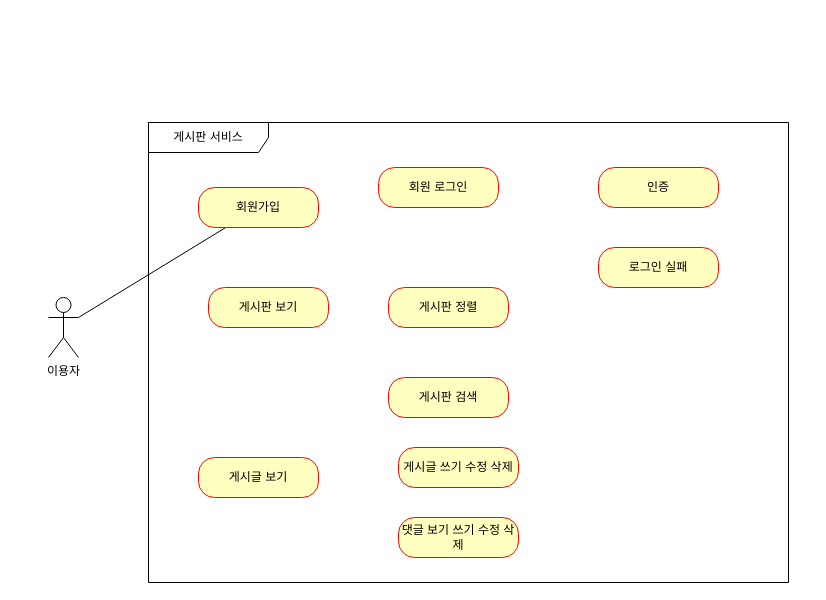
The draw.io diagram 제목 없는 다이어그램.drawio in Jeon-seongbin/board, before the edit. Source tidied: cells renumbered, new cells numbered last; positions are measured from the earlier drawing's top-left corner, leaving out a move shared by most shapes. Both pictures are drawn from the tidied source at 100%, with x=0, y=0 at pixel (48, 122).
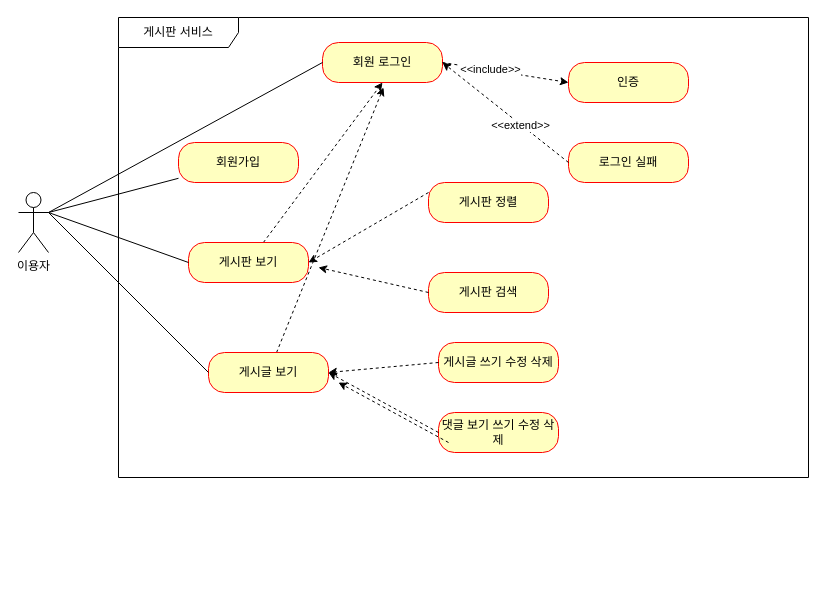
The same page after the edit.

Commit message (it also covers changes not shown here):
제목 없는 다이어그램.drawio 업데이트

The edit, as a diff of the source:
```diff
@@
     <mxCell id="2" value="이용자" style="shape=umlActor;verticalLabelPosition=bottom;verticalAlign=top;html=1;outlineConnect=0;" parent="1" vertex="1">
-      <mxGeometry y="175" width="30" height="60" as="geometry" />
+      <mxGeometry x="-30" y="70" width="30" height="60" as="geometry" />
     </mxCell>
     <mxCell id="3" value="게시판 서비스" style="shape=umlFrame;whiteSpace=wrap;html=1;width=120;height=30;" parent="1" vertex="1">
-      <mxGeometry x="100" width="640" height="460" as="geometry" />
+      <mxGeometry x="70" y="-105" width="690" height="460" as="geometry" />
     </mxCell>
@@
     <mxCell id="5" value="회원가입" style="rounded=1;whiteSpace=wrap;html=1;arcSize=40;fontColor=#000000;fillColor=#ffffc0;strokeColor=#ff0000;" parent="1" vertex="1">
-      <mxGeometry x="150" y="65" width="120" height="40" as="geometry" />
+      <mxGeometry x="130" y="20" width="120" height="40" as="geometry" />
     </mxCell>
     <mxCell id="6" value="게시판 정렬" style="rounded=1;whiteSpace=wrap;html=1;arcSize=40;fontColor=#000000;fillColor=#ffffc0;strokeColor=#ff0000;" parent="1" vertex="1">
-      <mxGeometry x="340" y="165" width="120" height="40" as="geometry" />
+      <mxGeometry x="380" y="60" width="120" height="40" as="geometry" />
     </mxCell>
+    <mxCell id="15" style="rounded=0;jettySize=auto;html=1;dashed=1;" parent="1" edge="1" source="7">
+      <mxGeometry relative="1" as="geometry">
+        <mxPoint x="335" y="-35" as="targetPoint" />
+      </mxGeometry>
+    </mxCell>
     <mxCell id="7" value="게시글 보기" style="rounded=1;whiteSpace=wrap;html=1;arcSize=40;fontColor=#000000;fillColor=#ffffc0;strokeColor=#ff0000;" parent="1" vertex="1">
-      <mxGeometry x="150" y="335" width="120" height="40" as="geometry" />
+      <mxGeometry x="160" y="230" width="120" height="40" as="geometry" />
     </mxCell>
     <mxCell id="8" value="회원 로그인" style="rounded=1;whiteSpace=wrap;html=1;arcSize=40;fontColor=#000000;fillColor=#ffffc0;strokeColor=#ff0000;" parent="1" vertex="1">
-      <mxGeometry x="330" y="45" width="120" height="40" as="geometry" />
+      <mxGeometry x="274" y="-80" width="120" height="40" as="geometry" />
     </mxCell>
     <mxCell id="9" value="인증" style="rounded=1;whiteSpace=wrap;html=1;arcSize=40;fontColor=#000000;fillColor=#ffffc0;strokeColor=#ff0000;" parent="1" vertex="1">
-      <mxGeometry x="550" y="45" width="120" height="40" as="geometry" />
+      <mxGeometry x="520" y="-60" width="120" height="40" as="geometry" />
     </mxCell>
     <mxCell id="10" value="로그인 실패" style="rounded=1;whiteSpace=wrap;html=1;arcSize=40;fontColor=#000000;fillColor=#ffffc0;strokeColor=#ff0000;" parent="1" vertex="1">
-      <mxGeometry x="550" y="125" width="120" height="40" as="geometry" />
+      <mxGeometry x="520" y="20" width="120" height="40" as="geometry" />
     </mxCell>
+    <mxCell id="16" style="rounded=0;jettySize=auto;html=1;entryX=0.5;entryY=1;entryDx=0;entryDy=0;dashed=1;" parent="1" edge="1" source="11" target="8">
+      <mxGeometry relative="1" as="geometry" />
+    </mxCell>
     <mxCell id="11" value="게시판 보기" style="rounded=1;whiteSpace=wrap;html=1;arcSize=40;fontColor=#000000;fillColor=#ffffc0;strokeColor=#ff0000;" parent="1" vertex="1">
-      <mxGeometry x="160" y="165" width="120" height="40" as="geometry" />
+      <mxGeometry x="140" y="120" width="120" height="40" as="geometry" />
     </mxCell>
     <mxCell id="12" value="게시판 검색" style="rounded=1;whiteSpace=wrap;html=1;arcSize=40;fontColor=#000000;fillColor=#ffffc0;strokeColor=#ff0000;" parent="1" vertex="1">
-      <mxGeometry x="340" y="255" width="120" height="40" as="geometry" />
+      <mxGeometry x="380" y="150" width="120" height="40" as="geometry" />
     </mxCell>
     <mxCell id="13" value="게시글 쓰기 수정 삭제" style="rounded=1;whiteSpace=wrap;html=1;arcSize=40;fontColor=#000000;fillColor=#ffffc0;strokeColor=#ff0000;" parent="1" vertex="1">
-      <mxGeometry x="350" y="325" width="120" height="40" as="geometry" />
+      <mxGeometry x="390" y="220" width="120" height="40" as="geometry" />
     </mxCell>
     <mxCell id="14" value="댓글 보기 쓰기 수정 삭제" style="rounded=1;whiteSpace=wrap;html=1;arcSize=40;fontColor=#000000;fillColor=#ffffc0;strokeColor=#ff0000;" parent="1" vertex="1">
-      <mxGeometry x="350" y="395" width="120" height="40" as="geometry" />
+      <mxGeometry x="390" y="290" width="120" height="40" as="geometry" />
     </mxCell>
+    <mxCell id="17" style="rounded=0;jettySize=auto;html=1;endArrow=none;endFill=0;strokeColor=default;exitX=0;exitY=0.5;exitDx=0;exitDy=0;" parent="1" edge="1" source="11">
+      <mxGeometry relative="1" as="geometry">
+        <mxPoint y="90" as="targetPoint" />
+      </mxGeometry>
+    </mxCell>
+    <mxCell id="18" style="rounded=0;jettySize=auto;html=1;endArrow=none;endFill=0;strokeColor=default;entryX=1;entryY=0.3333333333333333;entryDx=0;entryDy=0;entryPerimeter=0;exitX=0;exitY=0.5;exitDx=0;exitDy=0;" parent="1" edge="1" source="7" target="2">
+      <mxGeometry relative="1" as="geometry" />
+    </mxCell>
+    <mxCell id="19" style="rounded=0;jettySize=auto;html=1;entryX=1;entryY=0.3333333333333333;entryDx=0;entryDy=0;entryPerimeter=0;endArrow=none;endFill=0;strokeColor=default;exitX=0;exitY=0.5;exitDx=0;exitDy=0;" parent="1" edge="1" source="8" target="2">
+      <mxGeometry relative="1" as="geometry" />
+    </mxCell>
+    <mxCell id="20" style="rounded=0;jettySize=auto;html=1;entryX=0;entryY=0.5;entryDx=0;entryDy=0;endArrow=classic;endFill=1;strokeColor=default;dashed=1;exitX=1;exitY=0.5;exitDx=0;exitDy=0;" parent="1" edge="1" source="8" target="9">
+      <mxGeometry relative="1" as="geometry" />
+    </mxCell>
+    <mxCell id="21" value="&amp;lt;&amp;lt;include&amp;gt;&amp;gt;" style="edgeLabel;html=1;align=center;verticalAlign=middle;" parent="20" vertex="1">
+      <mxGeometry x="-0.24" y="1" relative="1" as="geometry" />
+    </mxCell>
+    <mxCell id="22" style="rounded=0;jettySize=auto;html=1;entryX=1;entryY=0.5;entryDx=0;entryDy=0;endArrow=classic;endFill=1;strokeColor=default;dashed=1;exitX=0;exitY=0.5;exitDx=0;exitDy=0;" parent="1" edge="1" source="10" target="8">
+      <mxGeometry relative="1" as="geometry" />
+    </mxCell>
+    <mxCell id="23" value="&amp;lt;&amp;lt;extend&amp;gt;&amp;gt;" style="edgeLabel;html=1;align=center;verticalAlign=middle;" parent="22" vertex="1">
+      <mxGeometry x="-0.24" y="1" relative="1" as="geometry" />
+    </mxCell>
+    <mxCell id="24" style="rounded=0;jettySize=auto;html=1;dashed=1;exitX=0;exitY=0.25;exitDx=0;exitDy=0;entryX=1;entryY=0.5;entryDx=0;entryDy=0;" parent="1" edge="1" source="6" target="11">
+      <mxGeometry relative="1" as="geometry" />
+    </mxCell>
+    <mxCell id="25" style="rounded=0;jettySize=auto;html=1;dashed=1;exitX=0;exitY=0.5;exitDx=0;exitDy=0;" parent="1" edge="1" source="12">
+      <mxGeometry relative="1" as="geometry">
+        <mxPoint x="270" y="145" as="targetPoint" />
+      </mxGeometry>
+    </mxCell>
+    <mxCell id="26" style="rounded=0;jettySize=auto;html=1;dashed=1;exitX=0;exitY=0.5;exitDx=0;exitDy=0;entryX=1;entryY=0.5;entryDx=0;entryDy=0;" parent="1" edge="1" source="13" target="7">
+      <mxGeometry relative="1" as="geometry" />
+    </mxCell>
+    <mxCell id="27" style="rounded=0;jettySize=auto;html=1;dashed=1;exitX=0;exitY=0.5;exitDx=0;exitDy=0;entryX=1;entryY=0.5;entryDx=0;entryDy=0;" parent="1" edge="1" source="14" target="7">
+      <mxGeometry relative="1" as="geometry" />
+    </mxCell>
+    <mxCell id="28" style="rounded=0;orthogonalLoop=1;jettySize=auto;html=1;dashed=1;exitX=0;exitY=0.5;exitDx=0;exitDy=0;entryX=1;entryY=0.5;entryDx=0;entryDy=0;" parent="1" edge="1">
+      <mxGeometry relative="1" as="geometry">
+        <mxPoint x="400" y="320" as="sourcePoint" />
+        <mxPoint x="290" y="260" as="targetPoint" />
+      </mxGeometry>
+    </mxCell>
```
